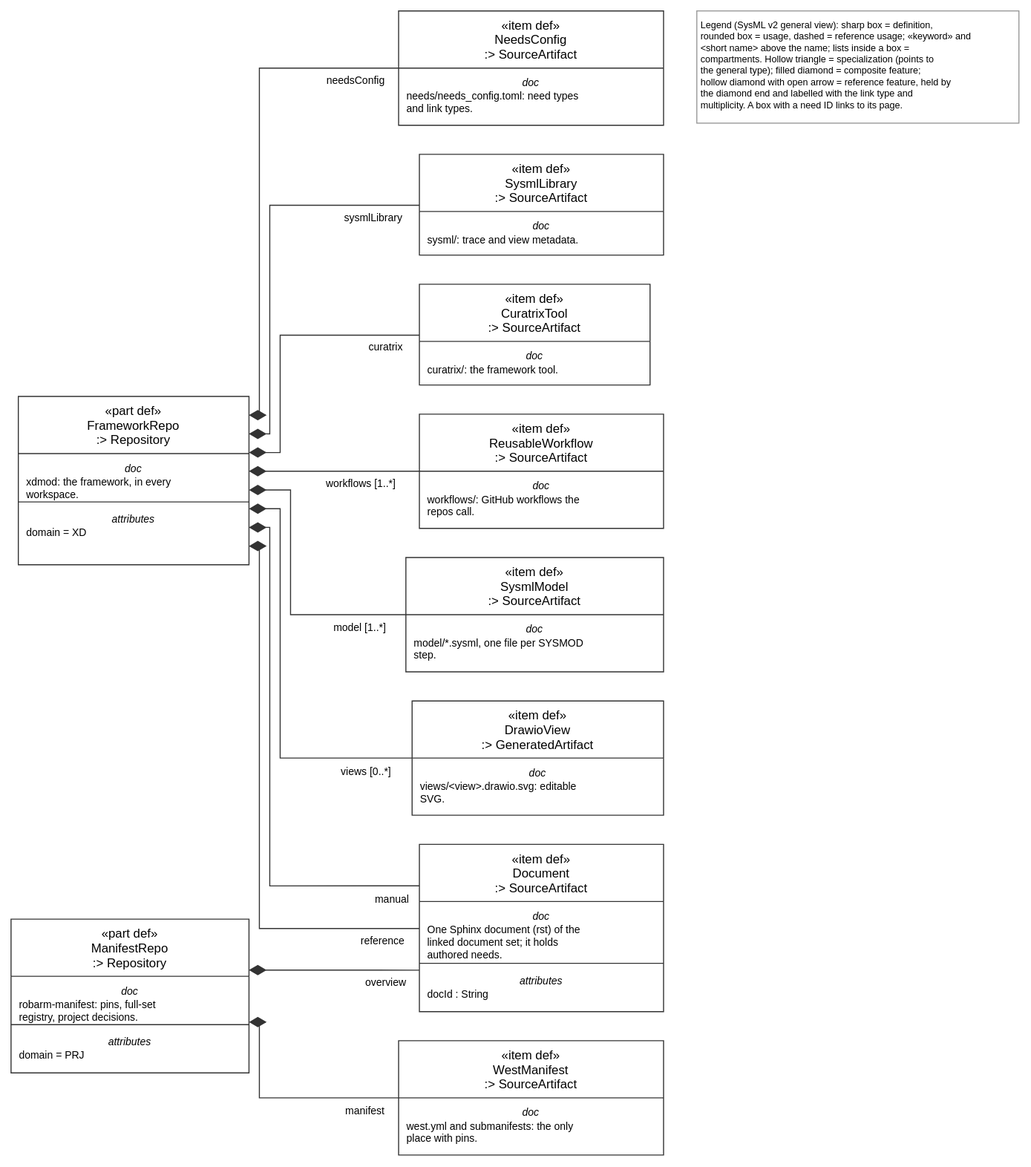
tiacsys/xdmod keeps this draw.io diagram as views/frameworkRepos.drawio.svg. Above is the earlier version. Source tidied: cells renumbered, new cells last; positions are measured from the earlier drawing's top-left corner, leaving out a move shared by most shapes. Source of this version:
```xml
<mxGraphModel>
  <root>
    <mxCell id="0" />
    <mxCell id="1" parent="0" />
    <mxCell id="2" value="«item def»&#10;CuratrixTool&#10;:&gt; SourceArtifact" style="html=0;fontFamily=Helvetica;fontSize=11;strokeColor=#333333;rounded=0;fillColor=#FFFFFF;swimlane;startSize=55;horizontal=1;fontStyle=0;swimlaneLine=1;" parent="1" vertex="1">
      <mxGeometry x="393" y="263" width="222" height="97" as="geometry" />
    </mxCell>
    <mxCell id="3" value="«item def»&#10;Document&#10;:&gt; SourceArtifact" style="html=0;fontFamily=Helvetica;fontSize=11;strokeColor=#333333;rounded=0;fillColor=#FFFFFF;swimlane;startSize=55;horizontal=1;fontStyle=0;swimlaneLine=1;" parent="1" vertex="1">
      <mxGeometry x="393" y="802" width="235" height="161" as="geometry" />
    </mxCell>
    <mxCell id="4" value="«item def»&#10;DrawioView&#10;:&gt; GeneratedArtifact" style="html=0;fontFamily=Helvetica;fontSize=11;strokeColor=#333333;rounded=0;fillColor=#FFFFFF;swimlane;startSize=55;horizontal=1;fontStyle=0;swimlaneLine=1;" parent="1" vertex="1">
      <mxGeometry x="386" y="664" width="242" height="110" as="geometry" />
    </mxCell>
    <mxCell id="5" value="«part def»&#10;FrameworkRepo&#10;:&gt; Repository" style="html=0;fontFamily=Helvetica;fontSize=11;strokeColor=#333333;rounded=0;fillColor=#FFFFFF;swimlane;startSize=55;horizontal=1;fontStyle=0;swimlaneLine=1;" parent="1" vertex="1">
      <mxGeometry x="7" y="371" width="222" height="162" as="geometry" />
    </mxCell>
    <mxCell id="6" value="«part def»&#10;ManifestRepo&#10;:&gt; Repository" style="html=0;fontFamily=Helvetica;fontSize=11;strokeColor=#333333;rounded=0;fillColor=#FFFFFF;swimlane;startSize=55;horizontal=1;fontStyle=0;swimlaneLine=1;" parent="1" vertex="1">
      <mxGeometry y="874" width="229" height="148" as="geometry" />
    </mxCell>
    <mxCell id="7" value="«item def»&#10;NeedsConfig&#10;:&gt; SourceArtifact" style="html=0;fontFamily=Helvetica;fontSize=11;strokeColor=#333333;rounded=0;fillColor=#FFFFFF;swimlane;startSize=55;horizontal=1;fontStyle=0;swimlaneLine=1;" parent="1" vertex="1">
      <mxGeometry x="373" width="255" height="110" as="geometry" />
    </mxCell>
    <mxCell id="8" value="«item def»&#10;ReusableWorkflow&#10;:&gt; SourceArtifact" style="html=0;fontFamily=Helvetica;fontSize=11;strokeColor=#333333;rounded=0;fillColor=#FFFFFF;swimlane;startSize=55;horizontal=1;fontStyle=0;swimlaneLine=1;" parent="1" vertex="1">
      <mxGeometry x="393" y="388" width="235" height="110" as="geometry" />
    </mxCell>
    <mxCell id="9" value="«item def»&#10;SysmlLibrary&#10;:&gt; SourceArtifact" style="html=0;fontFamily=Helvetica;fontSize=11;strokeColor=#333333;rounded=0;fillColor=#FFFFFF;swimlane;startSize=55;horizontal=1;fontStyle=0;swimlaneLine=1;" parent="1" vertex="1">
      <mxGeometry x="393" y="138" width="235" height="97" as="geometry" />
    </mxCell>
    <mxCell id="10" value="«item def»&#10;SysmlModel&#10;:&gt; SourceArtifact" style="html=0;fontFamily=Helvetica;fontSize=11;strokeColor=#333333;rounded=0;fillColor=#FFFFFF;swimlane;startSize=55;horizontal=1;fontStyle=0;swimlaneLine=1;" parent="1" vertex="1">
      <mxGeometry x="380" y="526" width="248" height="110" as="geometry" />
    </mxCell>
    <mxCell id="11" value="«item def»&#10;WestManifest&#10;:&gt; SourceArtifact" style="html=0;fontFamily=Helvetica;fontSize=11;strokeColor=#333333;rounded=0;fillColor=#FFFFFF;swimlane;startSize=55;horizontal=1;fontStyle=0;swimlaneLine=1;" parent="1" vertex="1">
      <mxGeometry x="373" y="991" width="255" height="110" as="geometry" />
    </mxCell>
    <mxCell id="12" value="Legend (SysML v2 general view): sharp box = definition,&#10;rounded box = usage, dashed = reference usage; «keyword» and&#10;&lt;short name&gt; above the name; lists inside a box =&#10;compartments. Hollow triangle = specialization (points to&#10;the general type); filled diamond = composite feature;&#10;hollow diamond with open arrow = reference feature, held by&#10;the diamond end and labelled with the link type and&#10;multiplicity. A box with a need ID links to its page." style="text;html=0;align=left;verticalAlign=top;fontFamily=Helvetica;fontSize=9;fillColor=#FFFFFF;strokeColor=#999999;spacing=4;" parent="1" vertex="1">
      <mxGeometry x="660" width="310" height="108" as="geometry" />
    </mxCell>
    <mxCell id="13" value="doc" style="text;html=0;align=center;verticalAlign=top;spacingTop=0;fontFamily=Helvetica;fontSize=10;fontStyle=2;strokeColor=none;" parent="2" vertex="1">
      <mxGeometry y="57" width="222" height="13" as="geometry" />
    </mxCell>
    <mxCell id="14" value="curatrix/: the framework tool." style="text;html=0;align=left;verticalAlign=top;spacingLeft=6;spacingTop=0;fontFamily=Helvetica;fontSize=10;" parent="2" vertex="1">
      <mxGeometry y="70" width="222" height="17" as="geometry" />
    </mxCell>
    <mxCell id="15" value="attributes" style="text;html=0;align=center;verticalAlign=top;spacingTop=0;fontFamily=Helvetica;fontSize=10;fontStyle=2;strokeColor=none;" parent="3" vertex="1">
      <mxGeometry y="119" width="235" height="13" as="geometry" />
    </mxCell>
    <mxCell id="16" value="docId : String" style="text;html=0;align=left;verticalAlign=top;spacingLeft=6;spacingTop=0;fontFamily=Helvetica;fontSize=10;" parent="3" vertex="1">
      <mxGeometry y="132" width="235" height="17" as="geometry" />
    </mxCell>
    <mxCell id="17" value="doc" style="text;html=0;align=center;verticalAlign=top;spacingTop=0;fontFamily=Helvetica;fontSize=10;fontStyle=2;strokeColor=none;" parent="3" vertex="1">
      <mxGeometry y="57" width="235" height="13" as="geometry" />
    </mxCell>
    <mxCell id="18" value="One Sphinx document (rst) of the&#10;linked document set; it holds&#10;authored needs." style="text;html=0;align=left;verticalAlign=top;spacingLeft=6;spacingTop=0;fontFamily=Helvetica;fontSize=10;" parent="3" vertex="1">
      <mxGeometry y="70" width="235" height="43" as="geometry" />
    </mxCell>
    <mxCell id="19" style="line;html=0;strokeColor=#333333;strokeWidth=1;" parent="3" vertex="1">
      <mxGeometry y="114" width="235" height="1" as="geometry" />
    </mxCell>
    <mxCell id="20" value="doc" style="text;html=0;align=center;verticalAlign=top;spacingTop=0;fontFamily=Helvetica;fontSize=10;fontStyle=2;strokeColor=none;" parent="4" vertex="1">
      <mxGeometry y="57" width="242" height="13" as="geometry" />
    </mxCell>
    <mxCell id="21" value="views/&lt;view&gt;.drawio.svg: editable&#10;SVG." style="text;html=0;align=left;verticalAlign=top;spacingLeft=6;spacingTop=0;fontFamily=Helvetica;fontSize=10;" parent="4" vertex="1">
      <mxGeometry y="70" width="242" height="30" as="geometry" />
    </mxCell>
    <mxCell id="22" value="attributes" style="text;html=0;align=center;verticalAlign=top;spacingTop=0;fontFamily=Helvetica;fontSize=10;fontStyle=2;strokeColor=none;" parent="5" vertex="1">
      <mxGeometry y="106" width="222" height="13" as="geometry" />
    </mxCell>
    <mxCell id="23" value="domain = XD" style="text;html=0;align=left;verticalAlign=top;spacingLeft=6;spacingTop=0;fontFamily=Helvetica;fontSize=10;" parent="5" vertex="1">
      <mxGeometry y="119" width="222" height="17" as="geometry" />
    </mxCell>
    <mxCell id="24" value="doc" style="text;html=0;align=center;verticalAlign=top;spacingTop=0;fontFamily=Helvetica;fontSize=10;fontStyle=2;strokeColor=none;" parent="5" vertex="1">
      <mxGeometry y="57" width="222" height="13" as="geometry" />
    </mxCell>
    <mxCell id="25" value="xdmod: the framework, in every&#10;workspace." style="text;html=0;align=left;verticalAlign=top;spacingLeft=6;spacingTop=0;fontFamily=Helvetica;fontSize=10;" parent="5" vertex="1">
      <mxGeometry y="70" width="222" height="30" as="geometry" />
    </mxCell>
    <mxCell id="26" style="line;html=0;strokeColor=#333333;strokeWidth=1;" parent="5" vertex="1">
      <mxGeometry y="101" width="222" height="1" as="geometry" />
    </mxCell>
    <mxCell id="27" value="attributes" style="text;html=0;align=center;verticalAlign=top;spacingTop=0;fontFamily=Helvetica;fontSize=10;fontStyle=2;strokeColor=none;" parent="6" vertex="1">
      <mxGeometry y="106" width="229" height="13" as="geometry" />
    </mxCell>
    <mxCell id="28" value="domain = PRJ" style="text;html=0;align=left;verticalAlign=top;spacingLeft=6;spacingTop=0;fontFamily=Helvetica;fontSize=10;" parent="6" vertex="1">
      <mxGeometry y="119" width="229" height="17" as="geometry" />
    </mxCell>
    <mxCell id="29" value="doc" style="text;html=0;align=center;verticalAlign=top;spacingTop=0;fontFamily=Helvetica;fontSize=10;fontStyle=2;strokeColor=none;" parent="6" vertex="1">
      <mxGeometry y="57" width="229" height="13" as="geometry" />
    </mxCell>
    <mxCell id="30" value="robarm-manifest: pins, full-set&#10;registry, project decisions." style="text;html=0;align=left;verticalAlign=top;spacingLeft=6;spacingTop=0;fontFamily=Helvetica;fontSize=10;" parent="6" vertex="1">
      <mxGeometry y="70" width="229" height="30" as="geometry" />
    </mxCell>
    <mxCell id="31" style="line;html=0;strokeColor=#333333;strokeWidth=1;" parent="6" vertex="1">
      <mxGeometry y="101" width="229" height="1" as="geometry" />
    </mxCell>
    <mxCell id="32" value="doc" style="text;html=0;align=center;verticalAlign=top;spacingTop=0;fontFamily=Helvetica;fontSize=10;fontStyle=2;strokeColor=none;" parent="7" vertex="1">
      <mxGeometry y="57" width="255" height="13" as="geometry" />
    </mxCell>
    <mxCell id="33" value="needs/needs_config.toml: need types&#10;and link types." style="text;html=0;align=left;verticalAlign=top;spacingLeft=6;spacingTop=0;fontFamily=Helvetica;fontSize=10;" parent="7" vertex="1">
      <mxGeometry y="70" width="255" height="30" as="geometry" />
    </mxCell>
    <mxCell id="34" value="doc" style="text;html=0;align=center;verticalAlign=top;spacingTop=0;fontFamily=Helvetica;fontSize=10;fontStyle=2;strokeColor=none;" parent="8" vertex="1">
      <mxGeometry y="57" width="235" height="13" as="geometry" />
    </mxCell>
    <mxCell id="35" value="workflows/: GitHub workflows the&#10;repos call." style="text;html=0;align=left;verticalAlign=top;spacingLeft=6;spacingTop=0;fontFamily=Helvetica;fontSize=10;" parent="8" vertex="1">
      <mxGeometry y="70" width="235" height="30" as="geometry" />
    </mxCell>
    <mxCell id="36" value="doc" style="text;html=0;align=center;verticalAlign=top;spacingTop=0;fontFamily=Helvetica;fontSize=10;fontStyle=2;strokeColor=none;" parent="9" vertex="1">
      <mxGeometry y="57" width="235" height="13" as="geometry" />
    </mxCell>
    <mxCell id="37" value="sysml/: trace and view metadata." style="text;html=0;align=left;verticalAlign=top;spacingLeft=6;spacingTop=0;fontFamily=Helvetica;fontSize=10;" parent="9" vertex="1">
      <mxGeometry y="70" width="235" height="17" as="geometry" />
    </mxCell>
    <mxCell id="38" value="doc" style="text;html=0;align=center;verticalAlign=top;spacingTop=0;fontFamily=Helvetica;fontSize=10;fontStyle=2;strokeColor=none;" parent="10" vertex="1">
      <mxGeometry y="57" width="248" height="13" as="geometry" />
    </mxCell>
    <mxCell id="39" value="model/*.sysml, one file per SYSMOD&#10;step." style="text;html=0;align=left;verticalAlign=top;spacingLeft=6;spacingTop=0;fontFamily=Helvetica;fontSize=10;" parent="10" vertex="1">
      <mxGeometry y="70" width="248" height="30" as="geometry" />
    </mxCell>
    <mxCell id="40" value="doc" style="text;html=0;align=center;verticalAlign=top;spacingTop=0;fontFamily=Helvetica;fontSize=10;fontStyle=2;strokeColor=none;" parent="11" vertex="1">
      <mxGeometry y="57" width="255" height="13" as="geometry" />
    </mxCell>
    <mxCell id="41" value="west.yml and submanifests: the only&#10;place with pins." style="text;html=0;align=left;verticalAlign=top;spacingLeft=6;spacingTop=0;fontFamily=Helvetica;fontSize=10;" parent="11" vertex="1">
      <mxGeometry y="70" width="255" height="30" as="geometry" />
    </mxCell>
    <mxCell id="42" value="curatrix" style="html=0;rounded=0;endSize=10;startSize=14;fontFamily=Helvetica;fontSize=10;labelBackgroundColor=#FFFFFF;strokeColor=#333333;startArrow=diamondThin;startFill=1;endArrow=none;exitX=1.000;exitY=0.333;exitDx=0;exitDy=0;exitPerimeter=0;entryX=0.000;entryY=0.505;entryDx=0;entryDy=0;entryPerimeter=0;" parent="1" edge="1" source="5" target="2">
      <mxGeometry relative="1" as="geometry">
        <Array as="points">
          <mxPoint x="259" y="425" />
          <mxPoint x="259" y="312" />
        </Array>
        <mxPoint x="102" y="7" as="offset" />
      </mxGeometry>
    </mxCell>
    <mxCell id="43" value="manual" style="html=0;rounded=0;endSize=10;startSize=14;fontFamily=Helvetica;fontSize=10;labelBackgroundColor=#FFFFFF;strokeColor=#333333;startArrow=diamondThin;startFill=1;endArrow=none;exitX=1.000;exitY=0.778;exitDx=0;exitDy=0;exitPerimeter=0;entryX=0.000;entryY=0.248;entryDx=0;entryDy=0;entryPerimeter=0;" parent="1" edge="1" source="5" target="3">
      <mxGeometry relative="1" as="geometry">
        <Array as="points">
          <mxPoint x="249" y="497" />
          <mxPoint x="249" y="842" />
        </Array>
        <mxPoint x="118" y="123" as="offset" />
      </mxGeometry>
    </mxCell>
    <mxCell id="44" value="reference" style="html=0;rounded=0;endSize=10;startSize=14;fontFamily=Helvetica;fontSize=10;labelBackgroundColor=#FFFFFF;strokeColor=#333333;startArrow=diamondThin;startFill=1;endArrow=none;exitX=1.000;exitY=0.889;exitDx=0;exitDy=0;exitPerimeter=0;entryX=0.000;entryY=0.503;entryDx=0;entryDy=0;entryPerimeter=0;" parent="1" edge="1" source="5" target="3">
      <mxGeometry relative="1" as="geometry">
        <Array as="points">
          <mxPoint x="239" y="515" />
          <mxPoint x="239" y="883" />
        </Array>
        <mxPoint x="119" y="124" as="offset" />
      </mxGeometry>
    </mxCell>
    <mxCell id="45" value="views [0..*]" style="html=0;rounded=0;endSize=10;startSize=14;fontFamily=Helvetica;fontSize=10;labelBackgroundColor=#FFFFFF;strokeColor=#333333;startArrow=diamondThin;startFill=1;endArrow=none;exitX=1.000;exitY=0.667;exitDx=0;exitDy=0;exitPerimeter=0;entryX=0.000;entryY=0.500;entryDx=0;entryDy=0;entryPerimeter=0;" parent="1" edge="1" source="5" target="4">
      <mxGeometry relative="1" as="geometry">
        <Array as="points">
          <mxPoint x="259" y="479" />
          <mxPoint x="259" y="719" />
        </Array>
        <mxPoint x="83" y="84" as="offset" />
      </mxGeometry>
    </mxCell>
    <mxCell id="46" value="needsConfig" style="html=0;rounded=0;endSize=10;startSize=14;fontFamily=Helvetica;fontSize=10;labelBackgroundColor=#FFFFFF;strokeColor=#333333;startArrow=diamondThin;startFill=1;endArrow=none;exitX=1.000;exitY=0.111;exitDx=0;exitDy=0;exitPerimeter=0;entryX=0.000;entryY=0.500;entryDx=0;entryDy=0;entryPerimeter=0;" parent="1" edge="1" source="5" target="7">
      <mxGeometry relative="1" as="geometry">
        <Array as="points">
          <mxPoint x="239" y="389" />
          <mxPoint x="239" y="55" />
        </Array>
        <mxPoint x="93" y="-93" as="offset" />
      </mxGeometry>
    </mxCell>
    <mxCell id="47" value="workflows [1..*]" style="html=0;rounded=0;endSize=10;startSize=14;fontFamily=Helvetica;fontSize=10;labelBackgroundColor=#FFFFFF;strokeColor=#333333;startArrow=diamondThin;startFill=1;endArrow=none;exitX=1.000;exitY=0.444;exitDx=0;exitDy=0;exitPerimeter=0;entryX=0.000;entryY=0.500;entryDx=0;entryDy=0;entryPerimeter=0;" parent="1" edge="1" source="5" target="8">
      <mxGeometry relative="1" as="geometry">
        <mxPoint x="26" y="12" as="offset" />
      </mxGeometry>
    </mxCell>
    <mxCell id="48" value="sysmlLibrary" style="html=0;rounded=0;endSize=10;startSize=14;fontFamily=Helvetica;fontSize=10;labelBackgroundColor=#FFFFFF;strokeColor=#333333;startArrow=diamondThin;startFill=1;endArrow=none;exitX=1.000;exitY=0.222;exitDx=0;exitDy=0;exitPerimeter=0;entryX=0.000;entryY=0.505;entryDx=0;entryDy=0;entryPerimeter=0;" parent="1" edge="1" source="5" target="9">
      <mxGeometry relative="1" as="geometry">
        <Array as="points">
          <mxPoint x="249" y="407" />
          <mxPoint x="249" y="187" />
        </Array>
        <mxPoint x="100" y="-36" as="offset" />
      </mxGeometry>
    </mxCell>
    <mxCell id="49" value="model [1..*]" style="html=0;rounded=0;endSize=10;startSize=14;fontFamily=Helvetica;fontSize=10;labelBackgroundColor=#FFFFFF;strokeColor=#333333;startArrow=diamondThin;startFill=1;endArrow=none;exitX=1.000;exitY=0.556;exitDx=0;exitDy=0;exitPerimeter=0;entryX=0.000;entryY=0.500;entryDx=0;entryDy=0;entryPerimeter=0;" parent="1" edge="1" source="5" target="10">
      <mxGeometry relative="1" as="geometry">
        <Array as="points">
          <mxPoint x="269" y="461" />
          <mxPoint x="269" y="581" />
        </Array>
        <mxPoint x="67" y="36" as="offset" />
      </mxGeometry>
    </mxCell>
    <mxCell id="50" value="overview" style="html=0;rounded=0;endSize=10;startSize=14;fontFamily=Helvetica;fontSize=10;labelBackgroundColor=#FFFFFF;strokeColor=#333333;startArrow=diamondThin;startFill=1;endArrow=none;exitX=1.000;exitY=0.331;exitDx=0;exitDy=0;exitPerimeter=0;entryX=0.000;entryY=0.752;entryDx=0;entryDy=0;entryPerimeter=0;" parent="1" edge="1" source="6" target="3">
      <mxGeometry relative="1" as="geometry">
        <mxPoint x="50" y="12" as="offset" />
      </mxGeometry>
    </mxCell>
    <mxCell id="51" value="manifest" style="html=0;rounded=0;endSize=10;startSize=14;fontFamily=Helvetica;fontSize=10;labelBackgroundColor=#FFFFFF;strokeColor=#333333;startArrow=diamondThin;startFill=1;endArrow=none;exitX=1.000;exitY=0.669;exitDx=0;exitDy=0;exitPerimeter=0;entryX=0.000;entryY=0.500;entryDx=0;entryDy=0;entryPerimeter=0;" parent="1" edge="1" source="6" target="11">
      <mxGeometry relative="1" as="geometry">
        <Array as="points">
          <mxPoint x="239" y="973" />
          <mxPoint x="239" y="1046" />
        </Array>
        <mxPoint x="76" y="12" as="offset" />
      </mxGeometry>
    </mxCell>
  </root>
</mxGraphModel>
```
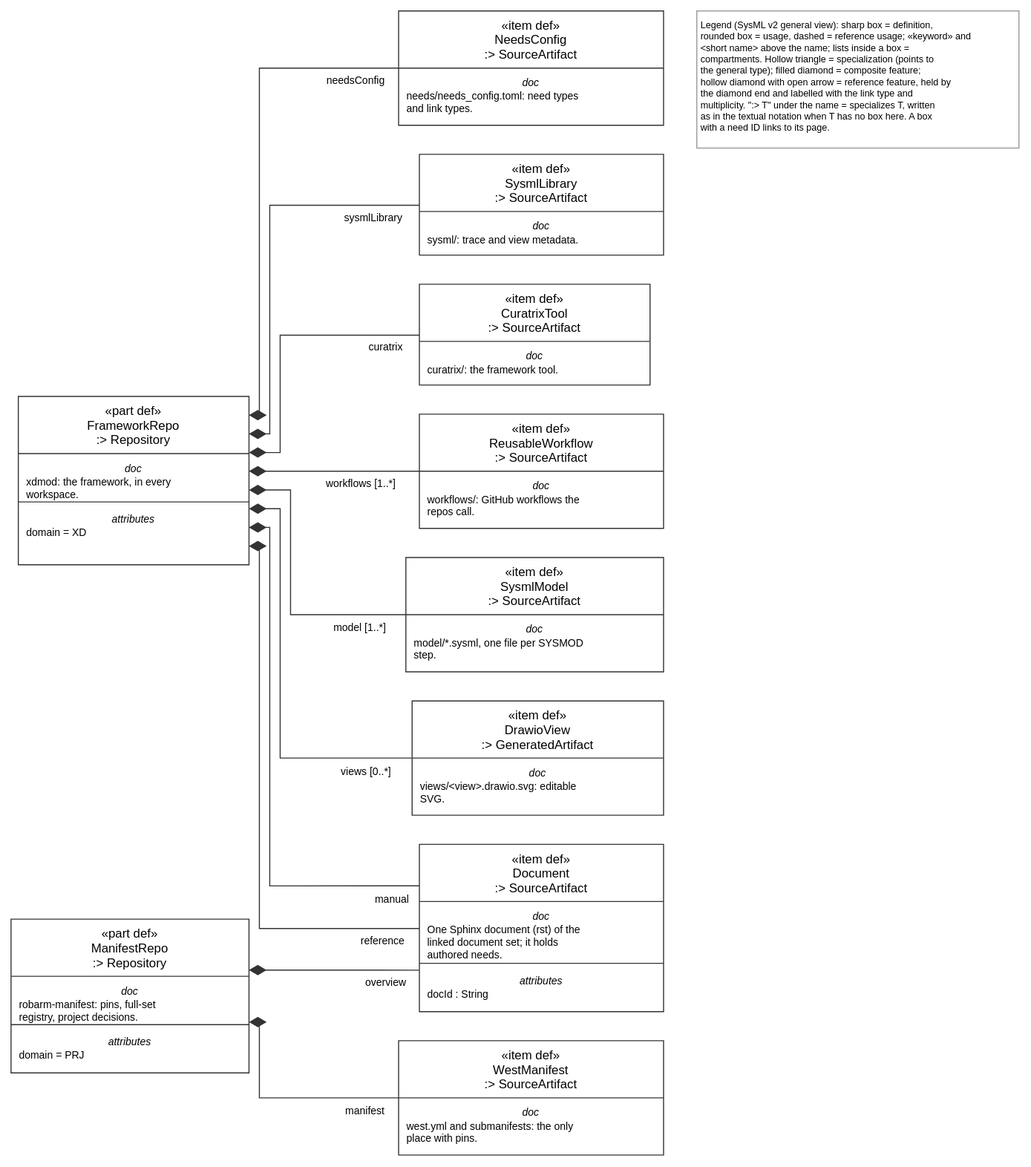
Above is the later version.

The edit, as a diff of the source:
```diff
@@ -32,8 +32,8 @@
     <mxCell id="11" value="«item def»&#10;WestManifest&#10;:&gt; SourceArtifact" style="html=0;fontFamily=Helvetica;fontSize=11;strokeColor=#333333;rounded=0;fillColor=#FFFFFF;swimlane;startSize=55;horizontal=1;fontStyle=0;swimlaneLine=1;" parent="1" vertex="1">
       <mxGeometry x="373" y="991" width="255" height="110" as="geometry" />
     </mxCell>
-    <mxCell id="12" value="Legend (SysML v2 general view): sharp box = definition,&#10;rounded box = usage, dashed = reference usage; «keyword» and&#10;&lt;short name&gt; above the name; lists inside a box =&#10;compartments. Hollow triangle = specialization (points to&#10;the general type); filled diamond = composite feature;&#10;hollow diamond with open arrow = reference feature, held by&#10;the diamond end and labelled with the link type and&#10;multiplicity. A box with a need ID links to its page." style="text;html=0;align=left;verticalAlign=top;fontFamily=Helvetica;fontSize=9;fillColor=#FFFFFF;strokeColor=#999999;spacing=4;" parent="1" vertex="1">
-      <mxGeometry x="660" width="310" height="108" as="geometry" />
+    <mxCell id="12" value="Legend (SysML v2 general view): sharp box = definition,&#10;rounded box = usage, dashed = reference usage; «keyword» and&#10;&lt;short name&gt; above the name; lists inside a box =&#10;compartments. Hollow triangle = specialization (points to&#10;the general type); filled diamond = composite feature;&#10;hollow diamond with open arrow = reference feature, held by&#10;the diamond end and labelled with the link type and&#10;multiplicity. &quot;:&gt; T&quot; under the name = specializes T, written&#10;as in the textual notation when T has no box here. A box&#10;with a need ID links to its page." style="text;html=0;align=left;verticalAlign=top;fontFamily=Helvetica;fontSize=9;fillColor=#FFFFFF;strokeColor=#999999;spacing=4;" parent="1" vertex="1">
+      <mxGeometry x="660" width="310" height="132" as="geometry" />
     </mxCell>
     <mxCell id="13" value="doc" style="text;html=0;align=center;verticalAlign=top;spacingTop=0;fontFamily=Helvetica;fontSize=10;fontStyle=2;strokeColor=none;" parent="2" vertex="1">
       <mxGeometry y="57" width="222" height="13" as="geometry" />
```
